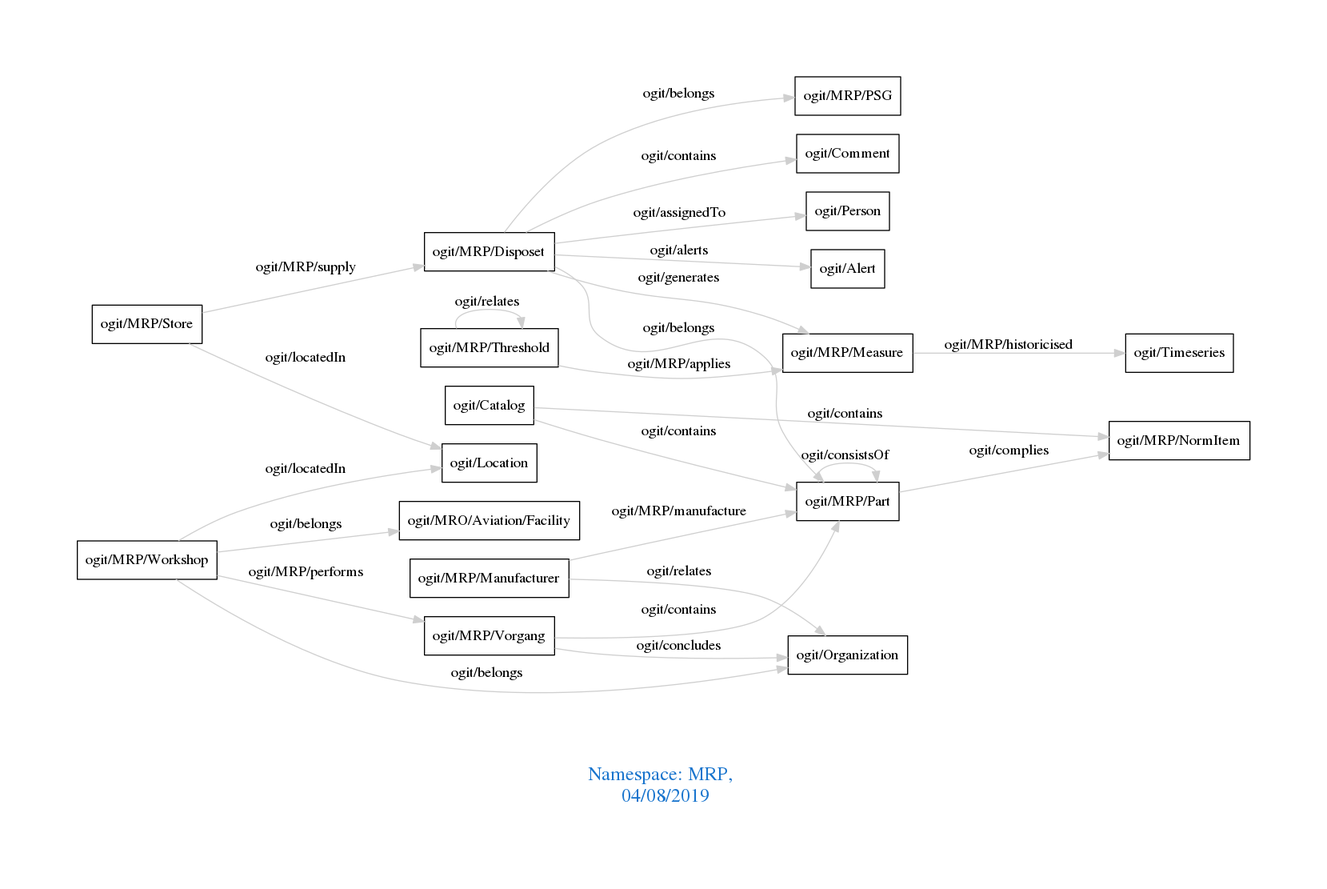
This is downloads/MRP.png from arago/OGIT, a Graphviz export, as it was before one commit. Its source is kept beside it as downloads/MRP.dot.
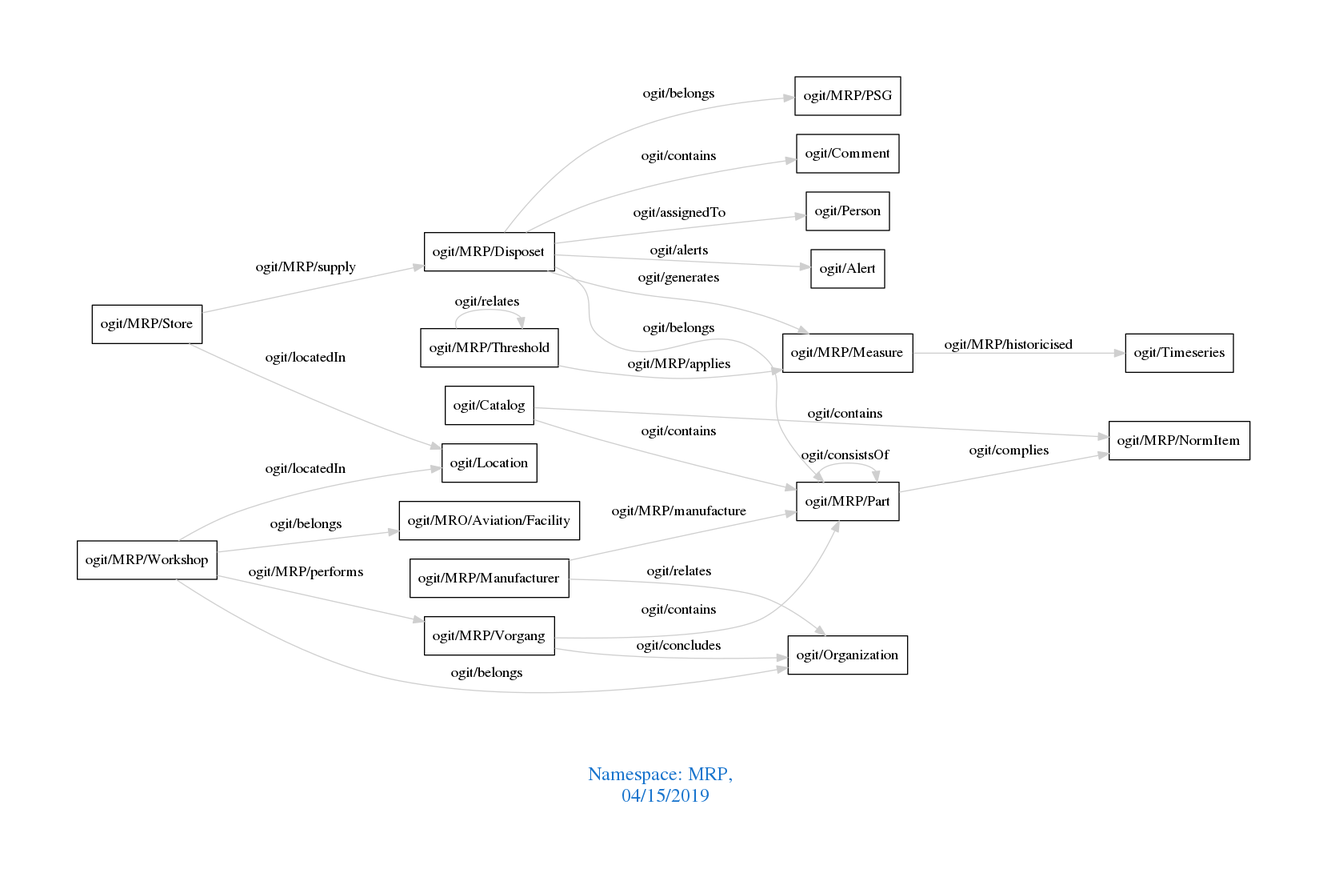
The same diagram one commit later.

What changed in the source:
```diff
@@ -1,7 +1,7 @@
 digraph OGIT_ontology {
  graph [ rankdir= LR,pad=1
 fontsize = 18,
-fontcolor= dodgerblue3,label = "\n\n\nNamespace: MRP, \n 04/08/2019"];
+fontcolor= dodgerblue3,label = "\n\n\nNamespace: MRP, \n 04/15/2019"];
 node[shape=polygon];
 edge [  color="gray81"];
 
```
